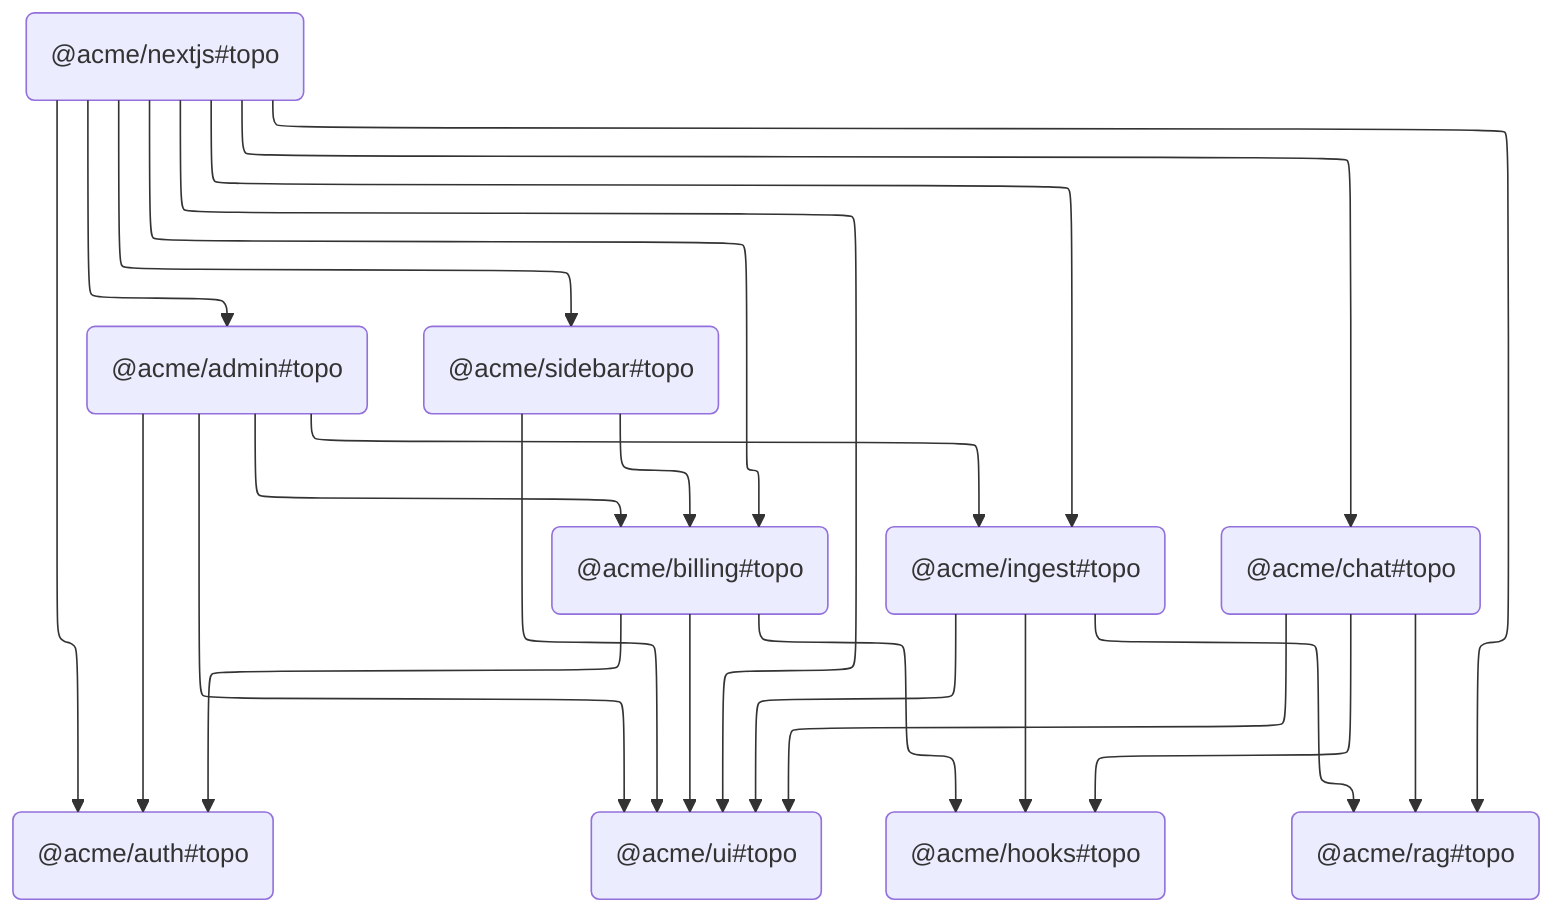
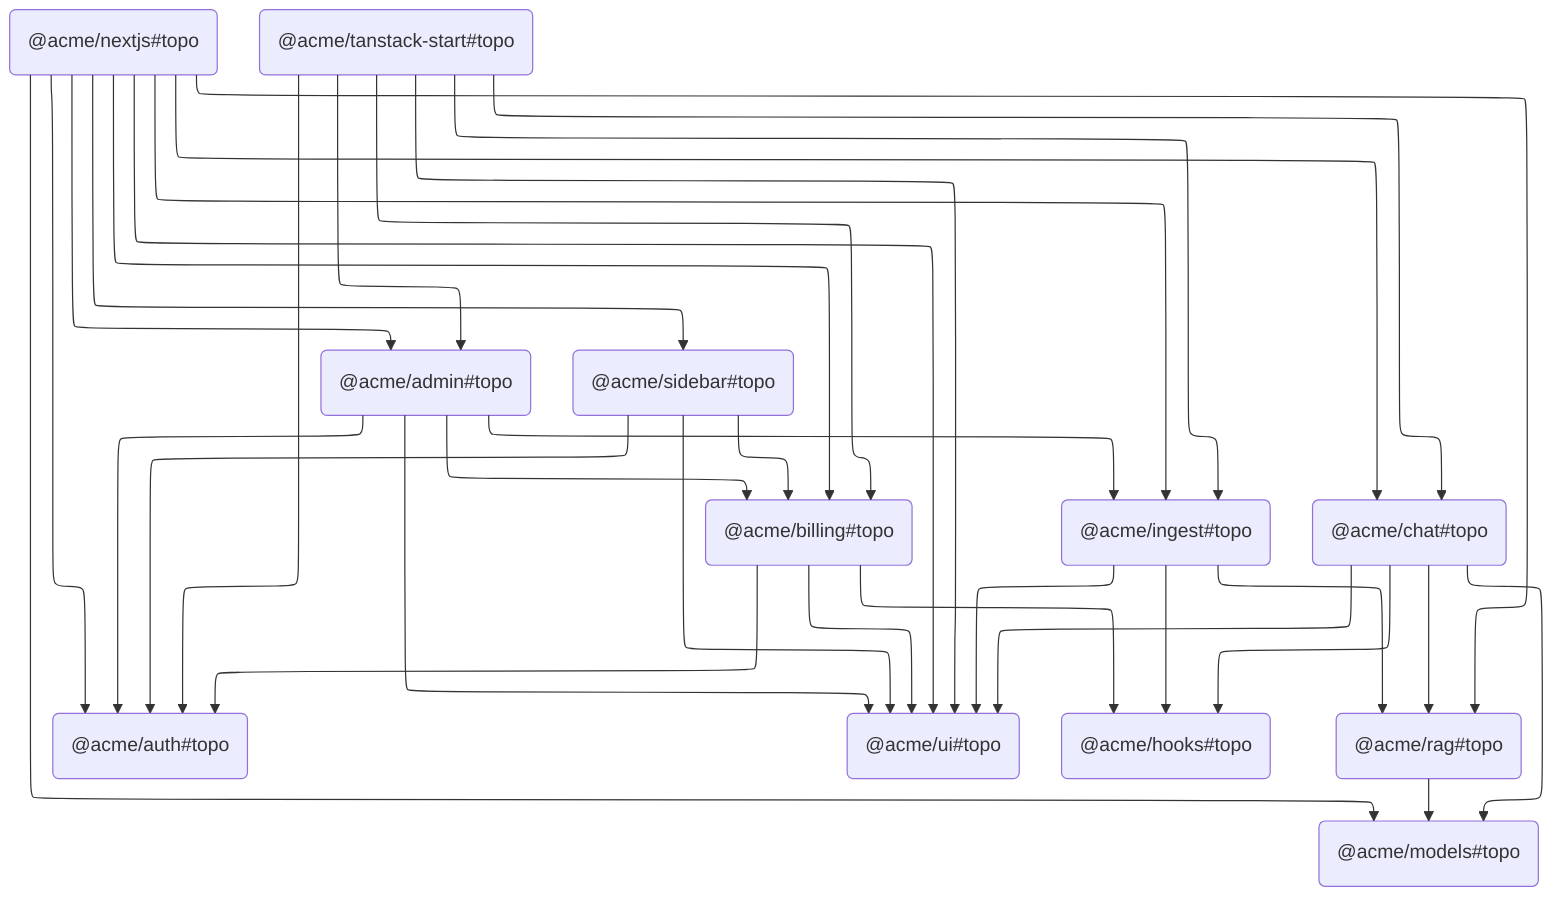
---
config:
  layout: elk
---
graph TD
	QHZT("@acme/admin#topo") --> ETTT("@acme/auth#topo")
	QHZT("@acme/admin#topo") --> JEGP("@acme/billing#topo")
	QHZT("@acme/admin#topo") --> LRHC("@acme/ingest#topo")
	QHZT("@acme/admin#topo") --> WCIN("@acme/ui#topo")
	JEGP("@acme/billing#topo") --> ETTT("@acme/auth#topo")
	JEGP("@acme/billing#topo") --> TPBW("@acme/hooks#topo")
	JEGP("@acme/billing#topo") --> WCIN("@acme/ui#topo")
	GVMR("@acme/chat#topo") --> TPBW("@acme/hooks#topo")
- 	GVMR("@acme/chat#topo") --> ITTZ("@acme/rag#topo")
+ 	GVMR("@acme/chat#topo") --> ITTZ("@acme/models#topo")
+ 	GVMR("@acme/chat#topo") --> VXGS("@acme/rag#topo")
	GVMR("@acme/chat#topo") --> WCIN("@acme/ui#topo")
	LRHC("@acme/ingest#topo") --> TPBW("@acme/hooks#topo")
- 	LRHC("@acme/ingest#topo") --> ITTZ("@acme/rag#topo")
+ 	LRHC("@acme/ingest#topo") --> VXGS("@acme/rag#topo")
	LRHC("@acme/ingest#topo") --> WCIN("@acme/ui#topo")
- 	NEPG("@acme/nextjs#topo") --> QHZT("@acme/admin#topo")
- 	NEPG("@acme/nextjs#topo") --> ETTT("@acme/auth#topo")
- 	NEPG("@acme/nextjs#topo") --> JEGP("@acme/billing#topo")
- 	NEPG("@acme/nextjs#topo") --> GVMR("@acme/chat#topo")
- 	NEPG("@acme/nextjs#topo") --> LRHC("@acme/ingest#topo")
- 	NEPG("@acme/nextjs#topo") --> ITTZ("@acme/rag#topo")
- 	NEPG("@acme/nextjs#topo") --> WJGP("@acme/sidebar#topo")
- 	NEPG("@acme/nextjs#topo") --> WCIN("@acme/ui#topo")
- 	WJGP("@acme/sidebar#topo") --> JEGP("@acme/billing#topo")
- 	WJGP("@acme/sidebar#topo") --> WCIN("@acme/ui#topo")
+ 	WJGP("@acme/nextjs#topo") --> QHZT("@acme/admin#topo")
+ 	WJGP("@acme/nextjs#topo") --> ETTT("@acme/auth#topo")
+ 	WJGP("@acme/nextjs#topo") --> JEGP("@acme/billing#topo")
+ 	WJGP("@acme/nextjs#topo") --> GVMR("@acme/chat#topo")
+ 	WJGP("@acme/nextjs#topo") --> LRHC("@acme/ingest#topo")
+ 	WJGP("@acme/nextjs#topo") --> ITTZ("@acme/models#topo")
+ 	WJGP("@acme/nextjs#topo") --> VXGS("@acme/rag#topo")
+ 	WJGP("@acme/nextjs#topo") --> USYV("@acme/sidebar#topo")
+ 	WJGP("@acme/nextjs#topo") --> WCIN("@acme/ui#topo")
+ 	VXGS("@acme/rag#topo") --> ITTZ("@acme/models#topo")
+ 	USYV("@acme/sidebar#topo") --> ETTT("@acme/auth#topo")
+ 	USYV("@acme/sidebar#topo") --> JEGP("@acme/billing#topo")
+ 	USYV("@acme/sidebar#topo") --> WCIN("@acme/ui#topo")
+ 	SYNO("@acme/tanstack-start#topo") --> QHZT("@acme/admin#topo")
+ 	SYNO("@acme/tanstack-start#topo") --> ETTT("@acme/auth#topo")
+ 	SYNO("@acme/tanstack-start#topo") --> JEGP("@acme/billing#topo")
+ 	SYNO("@acme/tanstack-start#topo") --> GVMR("@acme/chat#topo")
+ 	SYNO("@acme/tanstack-start#topo") --> LRHC("@acme/ingest#topo")
+ 	SYNO("@acme/tanstack-start#topo") --> WCIN("@acme/ui#topo")
